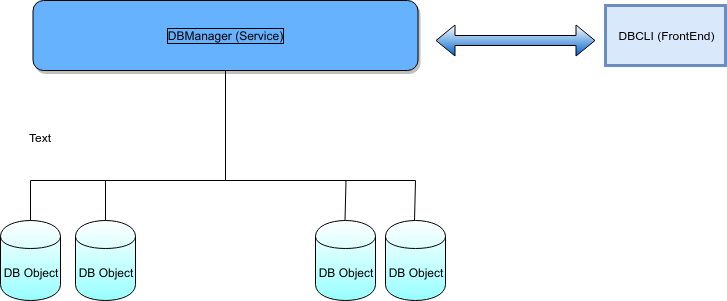
This is Architecture.png from imon01/FlatFile-DB, a draw.io export, as it was before one commit. Source tidied: cells renumbered, new cells last; positions are measured from the earlier drawing's top-left corner, leaving out a move shared by most shapes.
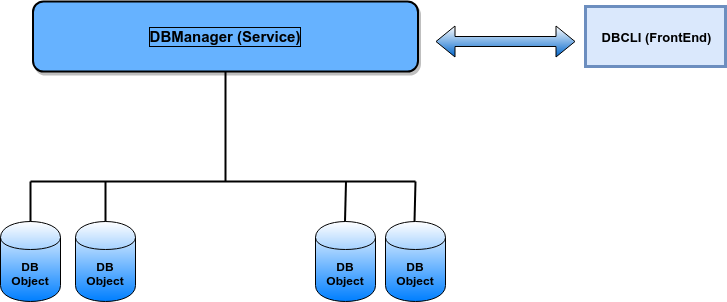
The same file after the commit.

What changed in the source:
```diff
@@ -2,65 +2,62 @@
   <root>
     <mxCell id="0" />
     <mxCell id="1" parent="0" />
-    <mxCell id="2" value="DB Object" style="shape=cylinder;whiteSpace=wrap;html=1;boundedLbl=1;backgroundOutline=1;gradientColor=#99FFFF;" parent="1" vertex="1">
+    <mxCell id="2" value="DB Object" style="shape=cylinder;whiteSpace=wrap;html=1;boundedLbl=1;backgroundOutline=1;gradientColor=#007FFF;fontStyle=1;" parent="1" vertex="1">
       <mxGeometry y="220" width="60" height="80" as="geometry" />
     </mxCell>
-    <mxCell id="3" value="DBManager (Service)" style="rounded=1;whiteSpace=wrap;html=1;labelBackgroundColor=none;labelBorderColor=#000000;glass=0;comic=0;shadow=1;gradientColor=none;gradientDirection=west;fillColor=#66B2FF;" parent="1" vertex="1">
+    <mxCell id="3" value="DBManager (Service)" style="rounded=1;whiteSpace=wrap;html=1;labelBackgroundColor=none;labelBorderColor=#000000;glass=0;comic=0;shadow=1;gradientColor=none;gradientDirection=west;fillColor=#66B2FF;strokeWidth=2;fontStyle=1;fontSize=15;" parent="1" vertex="1">
       <mxGeometry x="32.5" width="385" height="70" as="geometry" />
     </mxCell>
-    <mxCell id="4" value="DB Object" style="shape=cylinder;whiteSpace=wrap;html=1;boundedLbl=1;backgroundOutline=1;gradientColor=#99FFFF;" parent="1" vertex="1">
+    <mxCell id="4" value="DB Object" style="shape=cylinder;whiteSpace=wrap;html=1;boundedLbl=1;backgroundOutline=1;gradientColor=#007FFF;fontStyle=1;" parent="1" vertex="1">
       <mxGeometry x="75" y="220" width="60" height="80" as="geometry" />
     </mxCell>
-    <mxCell id="5" value="DB Object" style="shape=cylinder;whiteSpace=wrap;html=1;boundedLbl=1;backgroundOutline=1;gradientColor=#99FFFF;" parent="1" vertex="1">
+    <mxCell id="5" value="DB Object" style="shape=cylinder;whiteSpace=wrap;html=1;boundedLbl=1;backgroundOutline=1;gradientColor=#007FFF;fontStyle=1;" parent="1" vertex="1">
       <mxGeometry x="315" y="220" width="60" height="80" as="geometry" />
     </mxCell>
-    <mxCell id="6" value="DB Object" style="shape=cylinder;whiteSpace=wrap;html=1;boundedLbl=1;backgroundOutline=1;fillColor=#ffffff;gradientColor=#99FFFF;" parent="1" vertex="1">
+    <mxCell id="6" value="DB Object" style="shape=cylinder;whiteSpace=wrap;html=1;boundedLbl=1;backgroundOutline=1;fillColor=#ffffff;gradientColor=#007FFF;fontStyle=1;" parent="1" vertex="1">
       <mxGeometry x="385" y="220" width="60" height="80" as="geometry" />
     </mxCell>
-    <mxCell id="7" style="endArrow=none;html=1;" parent="1" edge="1">
+    <mxCell id="7" style="endArrow=none;html=1;fontStyle=1;strokeWidth=2;" parent="1" edge="1">
       <mxGeometry relative="1" as="geometry">
         <mxPoint x="225" y="180" as="sourcePoint" />
         <mxPoint x="225" y="70" as="targetPoint" />
       </mxGeometry>
     </mxCell>
-    <mxCell id="8" style="endArrow=none;html=1;" parent="1" edge="1">
+    <mxCell id="8" style="endArrow=none;html=1;strokeWidth=2;" parent="1" edge="1">
       <mxGeometry relative="1" as="geometry">
         <mxPoint x="30" y="180" as="sourcePoint" />
         <mxPoint x="415" y="180" as="targetPoint" />
       </mxGeometry>
     </mxCell>
-    <mxCell id="9" style="endArrow=none;html=1;exitX=0.5;exitY=0;exitDx=0;exitDy=0;" parent="1" edge="1" source="2">
+    <mxCell id="9" style="endArrow=none;html=1;exitX=0.5;exitY=0;exitDx=0;exitDy=0;strokeWidth=2;" parent="1" edge="1" source="2">
       <mxGeometry relative="1" as="geometry">
         <mxPoint x="30" y="180" as="targetPoint" />
       </mxGeometry>
     </mxCell>
-    <mxCell id="10" style="endArrow=none;html=1;exitX=0.5;exitY=0;exitDx=0;exitDy=0;" parent="1" edge="1" source="4">
+    <mxCell id="10" style="endArrow=none;html=1;exitX=0.5;exitY=0;exitDx=0;exitDy=0;strokeWidth=2;" parent="1" edge="1" source="4">
       <mxGeometry relative="1" as="geometry">
         <mxPoint x="105" y="180" as="targetPoint" />
       </mxGeometry>
     </mxCell>
-    <mxCell id="11" style="endArrow=none;html=1;exitX=0.5;exitY=0;exitDx=0;exitDy=0;" parent="1" edge="1">
+    <mxCell id="11" style="endArrow=none;html=1;exitX=0.5;exitY=0;exitDx=0;exitDy=0;strokeWidth=2;" parent="1" edge="1">
       <mxGeometry relative="1" as="geometry">
         <mxPoint x="414" y="220" as="sourcePoint" />
         <mxPoint x="415" y="180" as="targetPoint" />
       </mxGeometry>
     </mxCell>
-    <mxCell id="12" style="endArrow=none;html=1;exitX=0.5;exitY=0;exitDx=0;exitDy=0;" parent="1" edge="1">
+    <mxCell id="12" style="endArrow=none;html=1;exitX=0.5;exitY=0;exitDx=0;exitDy=0;strokeWidth=2;" parent="1" edge="1">
       <mxGeometry relative="1" as="geometry">
         <mxPoint x="344.5" y="220" as="sourcePoint" />
         <mxPoint x="345.5" y="180" as="targetPoint" />
       </mxGeometry>
     </mxCell>
-    <mxCell id="13" value="Text" style="text;html=1;align=center;verticalAlign=middle;" parent="1" vertex="1">
-      <mxGeometry x="20" y="127" width="40" height="20" as="geometry" />
-    </mxCell>
-    <mxCell id="14" value="DBCLI (FrontEnd)" style="rounded=0;whiteSpace=wrap;html=1;strokeWidth=3;fillColor=#dae8fc;strokeColor=#6c8ebf;" parent="1" vertex="1">
-      <mxGeometry x="605" y="5" width="120" height="60" as="geometry" />
+    <mxCell id="14" value="DBCLI (FrontEnd)" style="rounded=0;whiteSpace=wrap;html=1;strokeWidth=3;fillColor=#dae8fc;strokeColor=#6c8ebf;fontSize=13;fontStyle=1;" parent="1" vertex="1">
+      <mxGeometry x="585" y="5" width="140" height="60" as="geometry" />
     </mxCell>
     <mxCell id="15" style="shape=flexArrow;endArrow=classic;startArrow=classic;html=1;fillColor=#ffffff;gradientColor=#0066CC;" parent="1" edge="1">
       <mxGeometry relative="1" as="geometry">
         <mxPoint x="435" y="40" as="sourcePoint" />
-        <mxPoint x="595" y="40" as="targetPoint" />
+        <mxPoint x="575" y="40" as="targetPoint" />
       </mxGeometry>
     </mxCell>
   </root>
```
